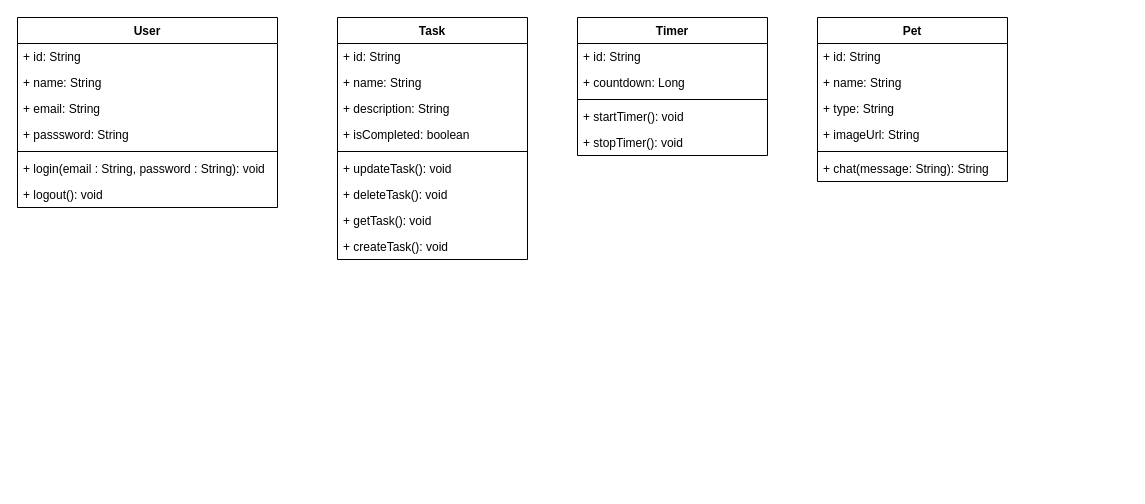
Before: page "Page-1" (1 of 2) of Momo Class Diagram.drawio in m-rizqi/momo, a draw.io diagram. Source tidied: cells renumbered, new cells numbered last; positions are measured from the earlier drawing's top-left corner, leaving out a move shared by most shapes. Both pictures are drawn from the tidied source at 100%, with x=0, y=0 at pixel (17, 17).
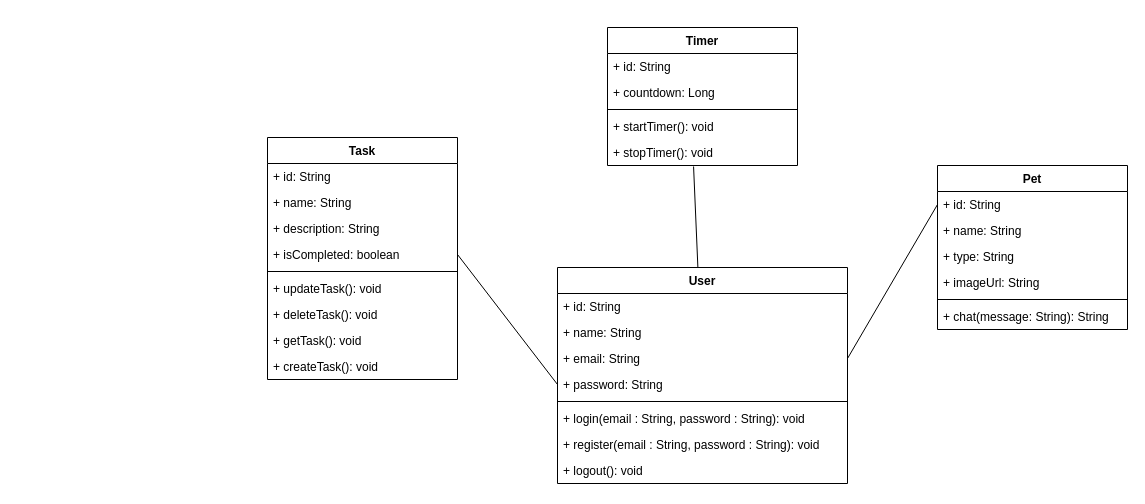
The same diagram, later.

Commit message:
update class diagram

Unchanged cells that the change refers to:
```xml
<mxCell id="14" value="+ isCompleted: boolean" style="text;strokeColor=none;fillColor=none;align=left;verticalAlign=top;spacingLeft=4;spacingRight=4;overflow=hidden;points=[[0,0.5],[1,0.5]];portConstraint=eastwest;whiteSpace=wrap;html=1;" parent="10" vertex="1">
  <mxGeometry y="104" width="190" height="26" as="geometry" />
</mxCell>
<mxCell id="25" value="+ stopTimer(): void" style="text;strokeColor=none;fillColor=none;align=left;verticalAlign=top;spacingLeft=4;spacingRight=4;overflow=hidden;points=[[0,0.5],[1,0.5]];portConstraint=eastwest;whiteSpace=wrap;html=1;" parent="20" vertex="1">
  <mxGeometry y="112" width="190" height="26" as="geometry" />
</mxCell>
<mxCell id="27" value="+ id: String" style="text;strokeColor=none;fillColor=none;align=left;verticalAlign=top;spacingLeft=4;spacingRight=4;overflow=hidden;points=[[0,0.5],[1,0.5]];portConstraint=eastwest;whiteSpace=wrap;html=1;" parent="26" vertex="1">
  <mxGeometry y="26" width="190" height="26" as="geometry" />
</mxCell>
```

Diff of the diagram source:
```diff
@@
     <mxCell id="2" value="User" style="swimlane;fontStyle=1;align=center;verticalAlign=top;horizontal=1;startSize=26;whiteSpace=wrap;html=1;" parent="1" vertex="1">
-      <mxGeometry width="260" height="190" as="geometry" />
+      <mxGeometry x="540" y="250" width="290" height="216" as="geometry" />
     </mxCell>
     <mxCell id="3" value="+ id: String" style="text;strokeColor=none;fillColor=none;align=left;verticalAlign=top;spacingLeft=4;spacingRight=4;overflow=hidden;whiteSpace=wrap;html=1;" parent="2" vertex="1">
-      <mxGeometry y="26" width="260" height="26" as="geometry" />
+      <mxGeometry y="26" width="290" height="26" as="geometry" />
     </mxCell>
     <mxCell id="4" value="+ name: String" style="text;strokeColor=none;fillColor=none;align=left;verticalAlign=top;spacingLeft=4;spacingRight=4;overflow=hidden;whiteSpace=wrap;html=1;" parent="2" vertex="1">
-      <mxGeometry y="52" width="260" height="26" as="geometry" />
+      <mxGeometry y="52" width="290" height="26" as="geometry" />
     </mxCell>
     <mxCell id="5" value="+ email: String" style="text;strokeColor=none;fillColor=none;align=left;verticalAlign=top;spacingLeft=4;spacingRight=4;overflow=hidden;points=[[0,0.5],[1,0.5]];portConstraint=eastwest;whiteSpace=wrap;html=1;" parent="2" vertex="1">
-      <mxGeometry y="78" width="260" height="26" as="geometry" />
+      <mxGeometry y="78" width="290" height="26" as="geometry" />
     </mxCell>
-    <mxCell id="6" value="+ passsword: String" style="text;strokeColor=none;fillColor=none;align=left;verticalAlign=top;spacingLeft=4;spacingRight=4;overflow=hidden;points=[[0,0.5],[1,0.5]];portConstraint=eastwest;whiteSpace=wrap;html=1;" parent="2" vertex="1">
-      <mxGeometry y="104" width="260" height="26" as="geometry" />
+    <mxCell id="6" value="+ password: String" style="text;strokeColor=none;fillColor=none;align=left;verticalAlign=top;spacingLeft=4;spacingRight=4;overflow=hidden;points=[[0,0.5],[1,0.5]];portConstraint=eastwest;whiteSpace=wrap;html=1;" parent="2" vertex="1">
+      <mxGeometry y="104" width="290" height="26" as="geometry" />
     </mxCell>
     <mxCell id="7" style="line;strokeWidth=1;fillColor=none;align=left;verticalAlign=middle;spacingTop=-1;spacingLeft=3;spacingRight=3;labelPosition=right;strokeColor=inherit;" parent="2" vertex="1">
-      <mxGeometry y="130" width="260" height="8" as="geometry" />
+      <mxGeometry y="130" width="290" height="8" as="geometry" />
     </mxCell>
     <mxCell id="8" value="+ login(email : String, password : String): void" style="text;strokeColor=none;fillColor=none;align=left;verticalAlign=top;spacingLeft=4;spacingRight=4;overflow=hidden;whiteSpace=wrap;html=1;" parent="2" vertex="1">
-      <mxGeometry y="138" width="260" height="26" as="geometry" />
+      <mxGeometry y="138" width="290" height="26" as="geometry" />
     </mxCell>
+    <mxCell id="33" value="+ register(email : String, password : String): void" style="text;strokeColor=none;fillColor=none;align=left;verticalAlign=top;spacingLeft=4;spacingRight=4;overflow=hidden;whiteSpace=wrap;html=1;" parent="2" vertex="1">
+      <mxGeometry y="164" width="290" height="26" as="geometry" />
+    </mxCell>
     <mxCell id="9" value="+ logout(): void" style="text;strokeColor=none;fillColor=none;align=left;verticalAlign=top;spacingLeft=4;spacingRight=4;overflow=hidden;whiteSpace=wrap;html=1;" parent="2" vertex="1">
-      <mxGeometry y="164" width="260" height="26" as="geometry" />
+      <mxGeometry y="190" width="290" height="26" as="geometry" />
     </mxCell>
     <mxCell id="10" value="Task" style="swimlane;fontStyle=1;align=center;verticalAlign=top;horizontal=1;startSize=26;whiteSpace=wrap;html=1;" parent="1" vertex="1">
-      <mxGeometry x="320" width="190" height="242" as="geometry" />
+      <mxGeometry x="250" y="120" width="190" height="242" as="geometry" />
     </mxCell>
@@
     <mxCell id="20" value="Timer" style="swimlane;fontStyle=1;align=center;verticalAlign=top;horizontal=1;startSize=26;whiteSpace=wrap;html=1;" parent="1" vertex="1">
-      <mxGeometry x="560" width="190" height="138" as="geometry" />
+      <mxGeometry x="590" y="10" width="190" height="138" as="geometry" />
     </mxCell>
@@
     <mxCell id="26" value="Pet" style="swimlane;fontStyle=1;align=center;verticalAlign=top;horizontal=1;startSize=26;whiteSpace=wrap;html=1;" parent="1" vertex="1">
-      <mxGeometry x="800" width="190" height="164" as="geometry" />
+      <mxGeometry x="920" y="148" width="190" height="164" as="geometry" />
     </mxCell>
@@
+    <mxCell id="34" style="endArrow=none;html=1;rounded=0;entryX=1;entryY=0.5;entryDx=0;entryDy=0;exitX=0;exitY=0.5;exitDx=0;exitDy=0;" parent="1" edge="1" source="6" target="14">
+      <mxGeometry relative="1" as="geometry" />
+    </mxCell>
+    <mxCell id="35" style="endArrow=none;html=1;rounded=0;entryX=0.453;entryY=1.038;entryDx=0;entryDy=0;entryPerimeter=0;" parent="1" edge="1" source="2" target="25">
+      <mxGeometry relative="1" as="geometry" />
+    </mxCell>
+    <mxCell id="36" style="endArrow=none;html=1;rounded=0;entryX=0;entryY=0.5;entryDx=0;entryDy=0;exitX=1;exitY=0.5;exitDx=0;exitDy=0;" parent="1" edge="1" source="5" target="27">
+      <mxGeometry relative="1" as="geometry" />
+    </mxCell>
```
